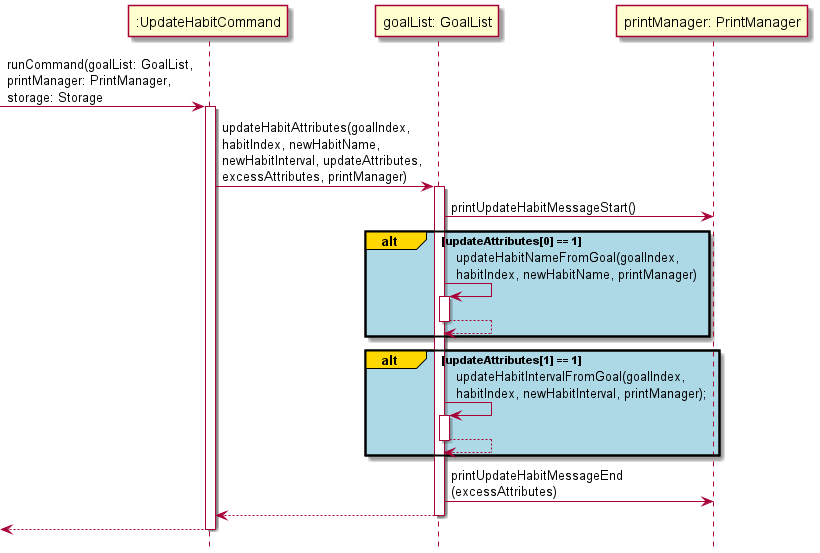
Above: docs/Diagram_Images/Implementation_Diagram_Images/UpdateHabitCommandSequenceDiagram.png in nus-cs2113-AY2122S1/tp (PlantUML), before the change. The source it was exported from:
```plantuml
@startuml
!include Style.puml

-> ":UpdateHabitCommand": runCommand(goalList: GoalList,\nprintManager: PrintManager,\nstorage: Storage
activate ":UpdateHabitCommand"

":UpdateHabitCommand" -> "goalList: GoalList": updateHabitAttributes(goalIndex,\nhabitIndex, newHabitName,\nnewHabitInterval, updateAttributes,\nexcessAttributes, printManager)
activate "goalList: GoalList"

"goalList: GoalList" -> "printManager: PrintManager": printUpdateHabitMessageStart()

alt#gold #lightblue updateAttributes[0] == 1
"goalList: GoalList" -> "goalList: GoalList": updateHabitNameFromGoal(goalIndex,\nhabitIndex, newHabitName, printManager)
activate "goalList: GoalList"
"goalList: GoalList" --> "goalList: GoalList":
deactivate "goalList: GoalList"
end

alt#gold #lightblue updateAttributes[1] == 1
"goalList: GoalList" -> "goalList: GoalList": updateHabitIntervalFromGoal(goalIndex, \nhabitIndex, newHabitInterval, printManager);
activate "goalList: GoalList"
"goalList: GoalList" --> "goalList: GoalList":
deactivate "goalList: GoalList"
end

"goalList: GoalList" -> "printManager: PrintManager": printUpdateHabitMessageEnd\n(excessAttributes)

"goalList: GoalList" --> ":UpdateHabitCommand"
deactivate "goalList: GoalList"

<-- ":UpdateHabitCommand"
deactivate ":UpdateHabitCommand"

@enduml
```
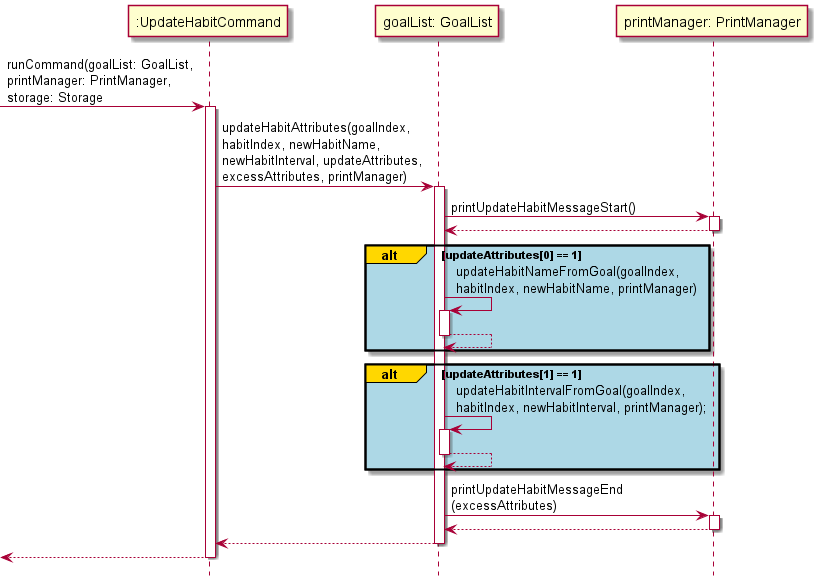
The same diagram one commit later.

Commit message:
fixed bugs in diagram

Change to the diagram source:
```diff
@@ -8,6 +8,9 @@
 activate "goalList: GoalList"
 
 "goalList: GoalList" -> "printManager: PrintManager": printUpdateHabitMessageStart()
+activate "printManager: PrintManager"
+"printManager: PrintManager" --> "goalList: GoalList"
+deactivate "printManager: PrintManager"
 
 alt#gold #lightblue updateAttributes[0] == 1
 "goalList: GoalList" -> "goalList: GoalList": updateHabitNameFromGoal(goalIndex,\nhabitIndex, newHabitName, printManager)
@@ -24,6 +27,9 @@
 end
 
 "goalList: GoalList" -> "printManager: PrintManager": printUpdateHabitMessageEnd\n(excessAttributes)
+activate "printManager: PrintManager"
+"printManager: PrintManager" --> "goalList: GoalList"
+deactivate "printManager: PrintManager"
 
 "goalList: GoalList" --> ":UpdateHabitCommand"
 deactivate "goalList: GoalList"
```
